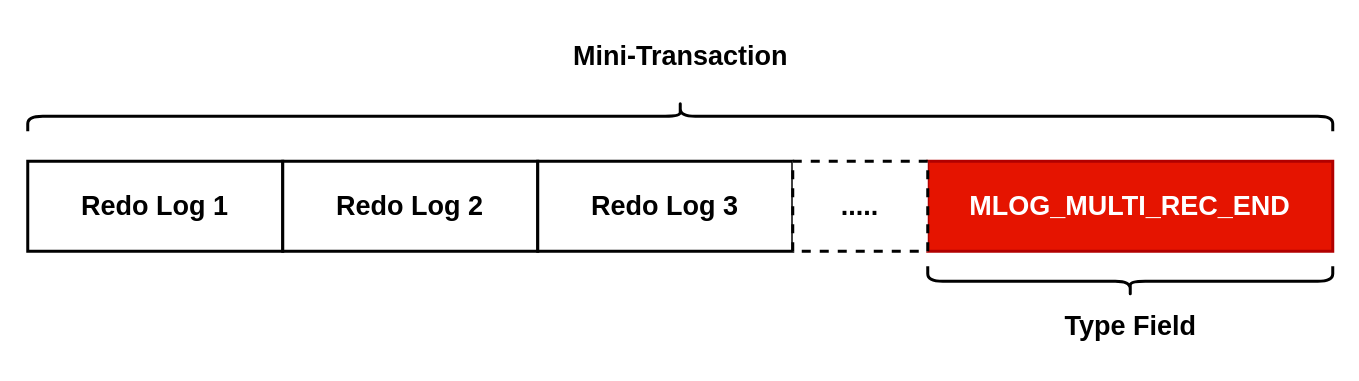
This is redo-log-group.drawio from auula/draw.io, a draw.io file, before an edit. Source tidied: cells renumbered, new cells numbered last; positions are measured from the earlier drawing's top-left corner, leaving out a move shared by most shapes. Both pictures are drawn from the tidied source at 150%, with x=0, y=0 at pixel (27, -537).
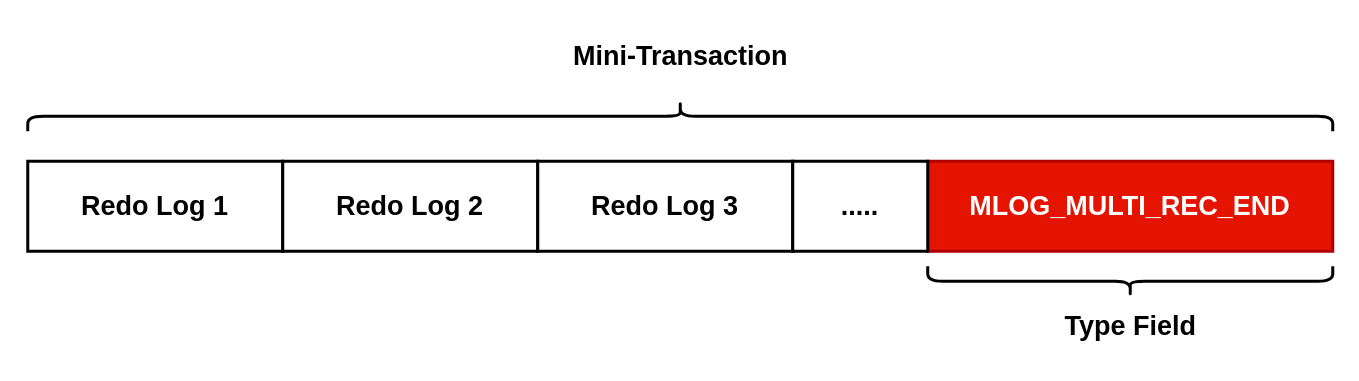
The same diagram, later.

The edit, as a diff of the source:
```diff
@@
 <mxGraphModel>
   <root>
     <mxCell id="0" />
     <mxCell id="1" parent="0" />
     <mxCell id="2" value="&lt;b&gt;&lt;font style=&quot;font-size: 18px;&quot;&gt;Redo Log 1&lt;/font&gt;&lt;/b&gt;" style="rounded=0;whiteSpace=wrap;html=1;strokeWidth=2;" parent="1" vertex="1">
       <mxGeometry y="465" width="170" height="60" as="geometry" />
     </mxCell>
     <mxCell id="3" value="&lt;b&gt;&lt;font style=&quot;font-size: 18px;&quot;&gt;Redo Log 2&lt;/font&gt;&lt;/b&gt;" style="rounded=0;whiteSpace=wrap;html=1;strokeWidth=2;" parent="1" vertex="1">
       <mxGeometry x="170" y="465" width="170" height="60" as="geometry" />
     </mxCell>
     <mxCell id="4" value="&lt;b&gt;&lt;font style=&quot;font-size: 18px;&quot;&gt;Redo Log 3&lt;/font&gt;&lt;/b&gt;" style="rounded=0;whiteSpace=wrap;html=1;strokeWidth=2;" parent="1" vertex="1">
       <mxGeometry x="340" y="465" width="170" height="60" as="geometry" />
     </mxCell>
     <mxCell id="5" value="&lt;span style=&quot;font-size: 18px;&quot;&gt;&lt;b&gt;MLOG_MULTI_REC_END&lt;/b&gt;&lt;/span&gt;" style="rounded=0;whiteSpace=wrap;html=1;strokeWidth=2;fillColor=#e51400;fontColor=#ffffff;strokeColor=#B20000;" parent="1" vertex="1">
       <mxGeometry x="600" y="465" width="270" height="60" as="geometry" />
     </mxCell>
-    <mxCell id="6" value="&lt;b&gt;.....&lt;/b&gt;" style="rounded=0;whiteSpace=wrap;html=1;strokeWidth=2;fontSize=18;dashed=1;" parent="1" vertex="1">
+    <mxCell id="6" value="&lt;b&gt;.....&lt;/b&gt;" style="rounded=0;whiteSpace=wrap;html=1;strokeWidth=2;fontSize=18;" parent="1" vertex="1">
       <mxGeometry x="510" y="465" width="90" height="60" as="geometry" />
     </mxCell>
     <mxCell id="7" style="shape=curlyBracket;whiteSpace=wrap;html=1;rounded=1;labelPosition=left;verticalLabelPosition=middle;align=right;verticalAlign=middle;strokeWidth=2;fontSize=18;rotation=-90;" parent="1" vertex="1">
       <mxGeometry x="725" y="410" width="20" height="270" as="geometry" />
     </mxCell>
     <mxCell id="8" value="&lt;b&gt;Type Field&lt;/b&gt;" style="text;html=1;align=center;verticalAlign=middle;strokeColor=none;fillColor=none;fontSize=18;" parent="1" vertex="1">
       <mxGeometry x="680" y="555" width="110" height="40" as="geometry" />
     </mxCell>
     <mxCell id="9" style="shape=curlyBracket;whiteSpace=wrap;html=1;rounded=1;labelPosition=left;verticalLabelPosition=middle;align=right;verticalAlign=middle;strokeWidth=2;fontSize=18;rotation=90;" parent="1" vertex="1">
       <mxGeometry x="425" width="20" height="870" as="geometry" />
     </mxCell>
     <mxCell id="10" value="&lt;b&gt;Mini-Transaction&lt;/b&gt;" style="text;html=1;align=center;verticalAlign=middle;strokeColor=none;fillColor=none;fontSize=18;" parent="1" vertex="1">
       <mxGeometry x="350" y="375" width="170" height="40" as="geometry" />
     </mxCell>
   </root>
 </mxGraphModel>
```
